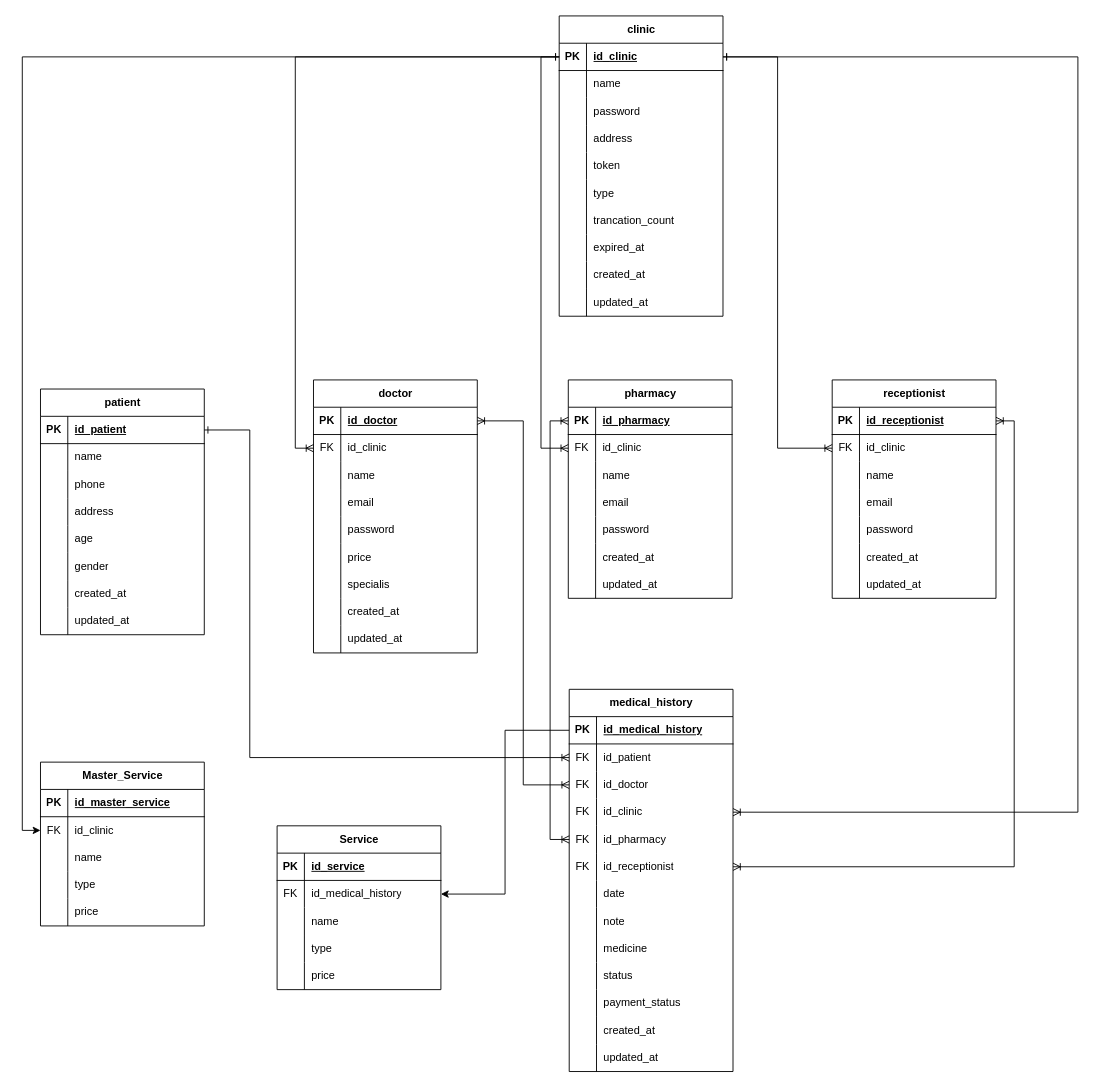
The draw.io diagram erd_klinik.drawio in rrahmatn/dfd_erd_uml, before the edit. Source tidied: cells renumbered, new cells numbered last; positions are measured from the earlier drawing's top-left corner, leaving out a move shared by most shapes. Both pictures are drawn from the tidied source at 91%, with x=0, y=0 at pixel (40, 15).
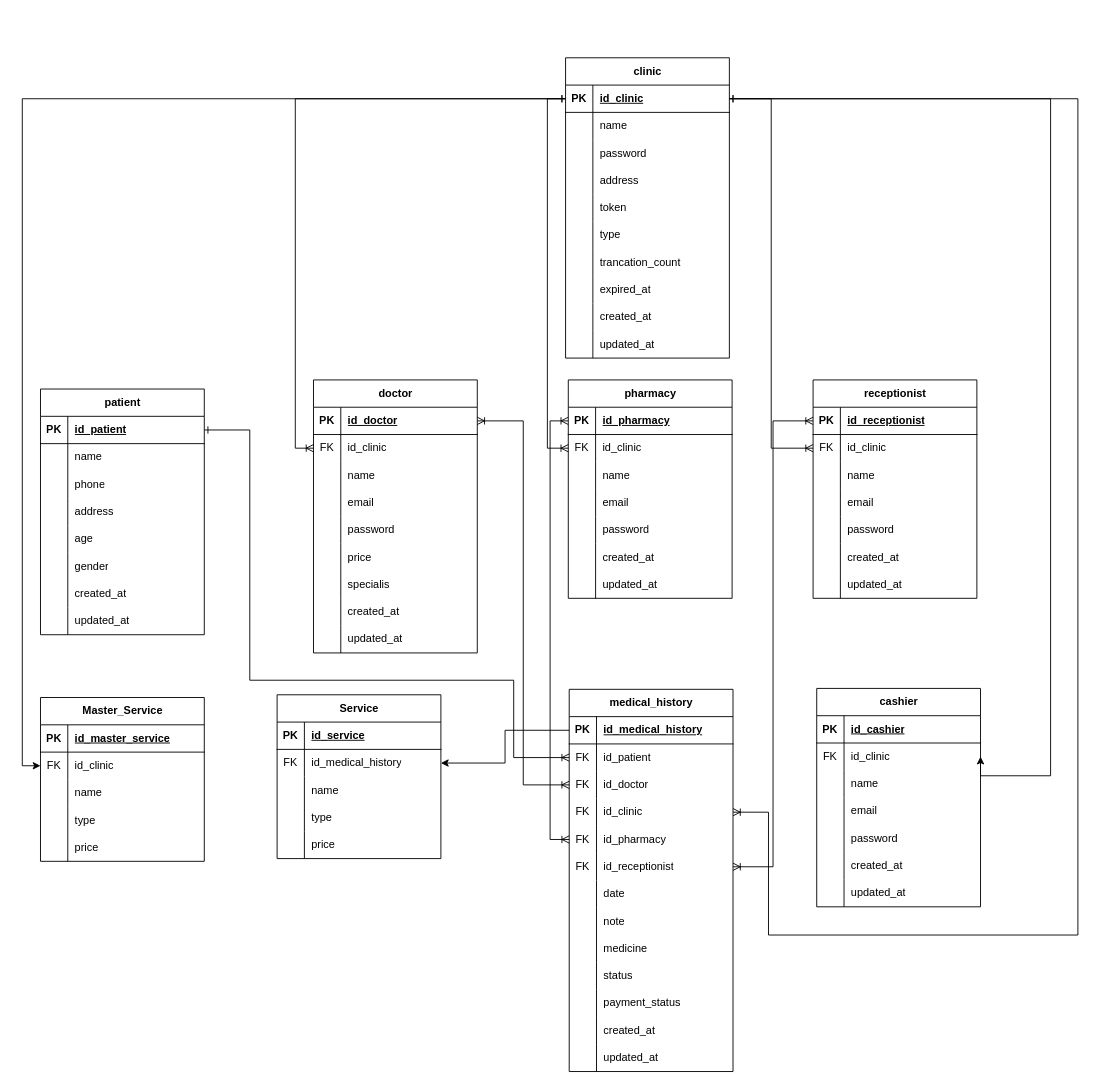
The same diagram, later.

Unchanged cells that the change refers to:
```xml
<mxCell id="3" style="shape=tableRow;horizontal=0;startSize=0;swimlaneHead=0;swimlaneBody=0;fillColor=none;points=[[0,0.5],[1,0.5]];portConstraint=eastwest;top=0;left=0;right=0;bottom=1;" parent="2" vertex="1">
  <mxGeometry y="30" width="180" height="30" as="geometry" />
</mxCell>
<mxCell id="62" style="shape=tableRow;horizontal=0;startSize=0;swimlaneHead=0;swimlaneBody=0;fillColor=none;points=[[0,0.5],[1,0.5]];portConstraint=eastwest;top=0;left=0;right=0;bottom=1;" parent="61" vertex="1">
  <mxGeometry y="30" width="180" height="30" as="geometry" />
</mxCell>
<mxCell id="90" style="shape=tableRow;horizontal=0;startSize=0;swimlaneHead=0;swimlaneBody=0;fillColor=none;points=[[0,0.5],[1,0.5]];portConstraint=eastwest;top=0;left=0;right=0;bottom=0;" parent="86" vertex="1">
  <mxGeometry y="60" width="180" height="30" as="geometry" />
</mxCell>
<mxCell id="96" style="shape=tableRow;horizontal=0;startSize=0;swimlaneHead=0;swimlaneBody=0;fillColor=none;points=[[0,0.5],[1,0.5]];portConstraint=eastwest;top=0;left=0;right=0;bottom=0;" parent="86" vertex="1">
  <mxGeometry y="120" width="180" height="30" as="geometry" />
</mxCell>
<mxCell id="102" style="shape=tableRow;horizontal=0;startSize=0;swimlaneHead=0;swimlaneBody=0;fillColor=none;points=[[0,0.5],[1,0.5]];portConstraint=eastwest;top=0;left=0;right=0;bottom=0;" parent="86" vertex="1">
  <mxGeometry y="180" width="180" height="30" as="geometry" />
</mxCell>
<mxCell id="149" style="shape=tableRow;horizontal=0;startSize=0;swimlaneHead=0;swimlaneBody=0;fillColor=none;points=[[0,0.5],[1,0.5]];portConstraint=eastwest;top=0;left=0;right=0;bottom=1;" parent="148" vertex="1">
  <mxGeometry y="30" width="180" height="30" as="geometry" />
</mxCell>
```

What changed in the source:
```diff
@@
     <mxCell id="2" value="clinic" style="shape=table;startSize=30;childLayout=tableLayout;rowLines=0;fontStyle=1;align=center;html=1;" parent="1" vertex="1">
-      <mxGeometry x="570" width="180" height="330" as="geometry" />
+      <mxGeometry x="577" y="46" width="180" height="330" as="geometry" />
     </mxCell>
@@
     <mxCell id="148" value="receptionist" style="shape=table;startSize=30;childLayout=tableLayout;rowLines=0;fontStyle=1;align=center;html=1;" parent="1" vertex="1">
-      <mxGeometry x="870" y="400" width="180" height="240" as="geometry" />
+      <mxGeometry x="849" y="400" width="180" height="240" as="geometry" />
     </mxCell>
@@
-    <mxCell id="172" style="edgeStyle=orthogonalEdgeStyle;rounded=0;jettySize=auto;html=1;exitX=1;exitY=0.5;exitDx=0;exitDy=0;entryX=1;entryY=0.5;entryDx=0;entryDy=0;endArrow=ERoneToMany;endFill=0;startArrow=ERoneToMany;startFill=0;" parent="1" edge="1" source="149" target="102">
+    <mxCell id="172" style="edgeStyle=orthogonalEdgeStyle;rounded=0;jettySize=auto;html=1;exitX=0;exitY=0.5;exitDx=0;exitDy=0;entryX=1;entryY=0.5;entryDx=0;entryDy=0;endArrow=ERoneToMany;endFill=0;startArrow=ERoneToMany;startFill=0;" parent="1" edge="1" source="149" target="102">
       <mxGeometry relative="1" as="geometry" />
     </mxCell>
@@
     <mxCell id="175" style="edgeStyle=orthogonalEdgeStyle;rounded=0;jettySize=auto;html=1;exitX=1;exitY=0.5;exitDx=0;exitDy=0;entryX=0;entryY=0.5;entryDx=0;entryDy=0;endArrow=ERoneToMany;endFill=0;startArrow=ERone;startFill=0;" parent="1" edge="1" source="62" target="90">
       <mxGeometry relative="1" as="geometry">
         <Array as="points">
           <mxPoint x="230" y="455" />
-          <mxPoint x="230" y="815" />
+          <mxPoint x="230" y="730" />
+          <mxPoint x="520" y="730" />
+          <mxPoint x="520" y="815" />
         </Array>
       </mxGeometry>
     </mxCell>
@@
-    <mxCell id="177" style="edgeStyle=orthogonalEdgeStyle;rounded=0;jettySize=auto;html=1;entryX=1;entryY=0.5;entryDx=0;entryDy=0;endArrow=ERoneToMany;endFill=0;startArrow=ERone;startFill=0;" parent="1" edge="1" source="3" target="96">
+    <mxCell id="177" style="edgeStyle=orthogonalEdgeStyle;rounded=0;jettySize=auto;html=1;entryX=1;entryY=0.5;entryDx=0;entryDy=0;endArrow=ERoneToMany;endFill=0;startArrow=ERone;startFill=0;exitX=1;exitY=0.5;exitDx=0;exitDy=0;" parent="1" edge="1" source="3" target="96">
       <mxGeometry relative="1" as="geometry">
         <Array as="points">
-          <mxPoint x="1140" y="45" />
-          <mxPoint x="1140" y="875" />
+          <mxPoint x="1140" y="91" />
+          <mxPoint x="1140" y="1010" />
+          <mxPoint x="800" y="1010" />
+          <mxPoint x="800" y="875" />
         </Array>
       </mxGeometry>
     </mxCell>
     <mxCell id="178" value="Master_Service" style="shape=table;startSize=30;childLayout=tableLayout;rowLines=0;fontStyle=1;align=center;html=1;" parent="1" vertex="1">
-      <mxGeometry y="820" width="180" height="180" as="geometry" />
+      <mxGeometry y="749" width="180" height="180" as="geometry" />
     </mxCell>
@@
     <mxCell id="194" value="Service" style="shape=table;startSize=30;childLayout=tableLayout;rowLines=0;fontStyle=1;align=center;html=1;" parent="1" vertex="1">
-      <mxGeometry x="260" y="890" width="180" height="180" as="geometry" />
+      <mxGeometry x="260" y="746" width="180" height="180" as="geometry" />
     </mxCell>
@@
+    <mxCell id="212" value="cashier" style="shape=table;startSize=30;childLayout=tableLayout;rowLines=0;fontStyle=1;align=center;html=1;" parent="1" vertex="1">
+      <mxGeometry x="853" y="739" width="180" height="240" as="geometry" />
+    </mxCell>
+    <mxCell id="213" style="shape=tableRow;horizontal=0;startSize=0;swimlaneHead=0;swimlaneBody=0;fillColor=none;top=0;left=0;right=0;bottom=1;" parent="212" vertex="1">
+      <mxGeometry y="30" width="180" height="30" as="geometry" />
+    </mxCell>
+    <mxCell id="214" value="PK" style="shape=partialRectangle;fillColor=none;top=0;left=0;bottom=0;right=0;fontStyle=1;overflow=hidden;whiteSpace=wrap;html=1;" parent="213" vertex="1">
+      <mxGeometry width="30" height="30" as="geometry" />
+    </mxCell>
+    <mxCell id="215" value="id_cashier" style="shape=partialRectangle;fillColor=none;top=0;left=0;bottom=0;right=0;align=left;spacingLeft=6;fontStyle=5;overflow=hidden;whiteSpace=wrap;html=1;" parent="213" vertex="1">
+      <mxGeometry x="30" width="150" height="30" as="geometry" />
+    </mxCell>
+    <mxCell id="216" style="shape=tableRow;horizontal=0;startSize=0;swimlaneHead=0;swimlaneBody=0;fillColor=none;points=[[0,0.5],[1,0.5]];portConstraint=eastwest;top=0;left=0;right=0;bottom=0;" parent="212" vertex="1">
+      <mxGeometry y="60" width="180" height="30" as="geometry" />
+    </mxCell>
+    <mxCell id="217" value="FK" style="shape=partialRectangle;fillColor=none;top=0;left=0;bottom=0;right=0;overflow=hidden;whiteSpace=wrap;html=1;" parent="216" vertex="1">
+      <mxGeometry width="30" height="30" as="geometry" />
+    </mxCell>
+    <mxCell id="218" value="id_clinic" style="shape=partialRectangle;fillColor=none;top=0;left=0;bottom=0;right=0;align=left;spacingLeft=6;overflow=hidden;whiteSpace=wrap;html=1;" parent="216" vertex="1">
+      <mxGeometry x="30" width="150" height="30" as="geometry" />
+    </mxCell>
+    <mxCell id="219" style="shape=tableRow;horizontal=0;startSize=0;swimlaneHead=0;swimlaneBody=0;fillColor=none;top=0;left=0;right=0;bottom=0;" parent="212" vertex="1">
+      <mxGeometry y="90" width="180" height="30" as="geometry" />
+    </mxCell>
+    <mxCell id="220" style="shape=partialRectangle;fillColor=none;top=0;left=0;bottom=0;right=0;overflow=hidden;whiteSpace=wrap;html=1;" parent="219" vertex="1">
+      <mxGeometry width="30" height="30" as="geometry" />
+    </mxCell>
+    <mxCell id="221" value="name" style="shape=partialRectangle;fillColor=none;top=0;left=0;bottom=0;right=0;align=left;spacingLeft=6;overflow=hidden;whiteSpace=wrap;html=1;" parent="219" vertex="1">
+      <mxGeometry x="30" width="150" height="30" as="geometry" />
+    </mxCell>
+    <mxCell id="222" style="shape=tableRow;horizontal=0;startSize=0;swimlaneHead=0;swimlaneBody=0;fillColor=none;top=0;left=0;right=0;bottom=0;" parent="212" vertex="1">
+      <mxGeometry y="120" width="180" height="30" as="geometry" />
+    </mxCell>
+    <mxCell id="223" style="shape=partialRectangle;fillColor=none;top=0;left=0;bottom=0;right=0;overflow=hidden;whiteSpace=wrap;html=1;" parent="222" vertex="1">
+      <mxGeometry width="30" height="30" as="geometry" />
+    </mxCell>
+    <mxCell id="224" value="email" style="shape=partialRectangle;fillColor=none;top=0;left=0;bottom=0;right=0;align=left;spacingLeft=6;overflow=hidden;whiteSpace=wrap;html=1;" parent="222" vertex="1">
+      <mxGeometry x="30" width="150" height="30" as="geometry" />
+    </mxCell>
+    <mxCell id="225" style="shape=tableRow;horizontal=0;startSize=0;swimlaneHead=0;swimlaneBody=0;fillColor=none;top=0;left=0;right=0;bottom=0;" parent="212" vertex="1">
+      <mxGeometry y="150" width="180" height="30" as="geometry" />
+    </mxCell>
+    <mxCell id="226" style="shape=partialRectangle;fillColor=none;top=0;left=0;bottom=0;right=0;overflow=hidden;whiteSpace=wrap;html=1;" parent="225" vertex="1">
+      <mxGeometry width="30" height="30" as="geometry" />
+    </mxCell>
+    <mxCell id="227" value="password" style="shape=partialRectangle;fillColor=none;top=0;left=0;bottom=0;right=0;align=left;spacingLeft=6;overflow=hidden;whiteSpace=wrap;html=1;" parent="225" vertex="1">
+      <mxGeometry x="30" width="150" height="30" as="geometry" />
+    </mxCell>
+    <mxCell id="228" style="shape=tableRow;horizontal=0;startSize=0;swimlaneHead=0;swimlaneBody=0;fillColor=none;top=0;left=0;right=0;bottom=0;" parent="212" vertex="1">
+      <mxGeometry y="180" width="180" height="30" as="geometry" />
+    </mxCell>
+    <mxCell id="229" style="shape=partialRectangle;fillColor=none;top=0;left=0;bottom=0;right=0;overflow=hidden;whiteSpace=wrap;html=1;" parent="228" vertex="1">
+      <mxGeometry width="30" height="30" as="geometry" />
+    </mxCell>
+    <mxCell id="230" value="created_at" style="shape=partialRectangle;fillColor=none;top=0;left=0;bottom=0;right=0;align=left;spacingLeft=6;overflow=hidden;whiteSpace=wrap;html=1;" parent="228" vertex="1">
+      <mxGeometry x="30" width="150" height="30" as="geometry" />
+    </mxCell>
+    <mxCell id="231" style="shape=tableRow;horizontal=0;startSize=0;swimlaneHead=0;swimlaneBody=0;fillColor=none;top=0;left=0;right=0;bottom=0;" parent="212" vertex="1">
+      <mxGeometry y="210" width="180" height="30" as="geometry" />
+    </mxCell>
+    <mxCell id="232" style="shape=partialRectangle;fillColor=none;top=0;left=0;bottom=0;right=0;overflow=hidden;whiteSpace=wrap;html=1;" parent="231" vertex="1">
+      <mxGeometry width="30" height="30" as="geometry" />
+    </mxCell>
+    <mxCell id="233" value="updated_at" style="shape=partialRectangle;fillColor=none;top=0;left=0;bottom=0;right=0;align=left;spacingLeft=6;overflow=hidden;whiteSpace=wrap;html=1;" parent="231" vertex="1">
+      <mxGeometry x="30" width="150" height="30" as="geometry" />
+    </mxCell>
+    <mxCell id="234" style="edgeStyle=orthogonalEdgeStyle;rounded=0;jettySize=auto;html=1;exitX=1;exitY=0.5;exitDx=0;exitDy=0;entryX=1;entryY=0.5;entryDx=0;entryDy=0;" parent="1" edge="1" source="3" target="216">
+      <mxGeometry relative="1" as="geometry">
+        <Array as="points">
+          <mxPoint x="1110" y="91" />
+          <mxPoint x="1110" y="835" />
+          <mxPoint x="1033" y="835" />
+        </Array>
+      </mxGeometry>
+    </mxCell>
```
